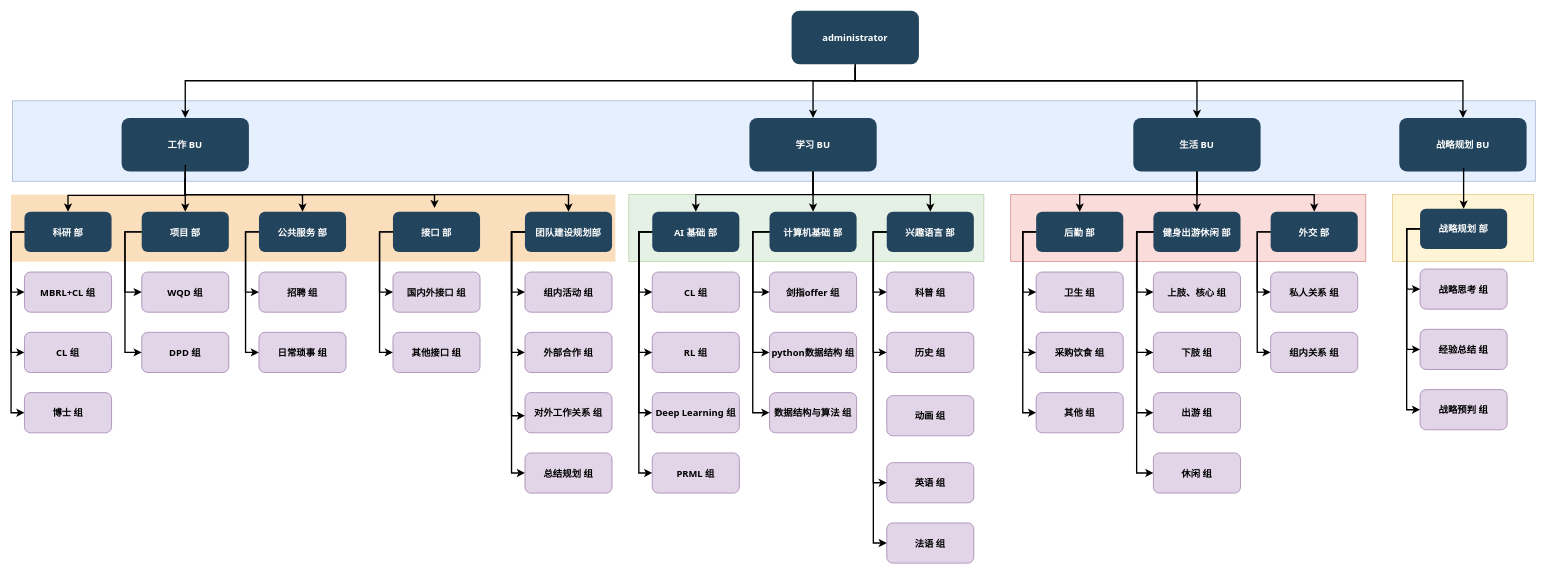
The draw.io diagram department_structure.drawio in Newsteinwell/Drawio, before the edit. Source tidied: cells renumbered, new cells numbered last; positions are measured from the earlier drawing's top-left corner, leaving out a move shared by most shapes. Both pictures are drawn from the tidied source at 67%, with x=0, y=0 at pixel (11, 11).
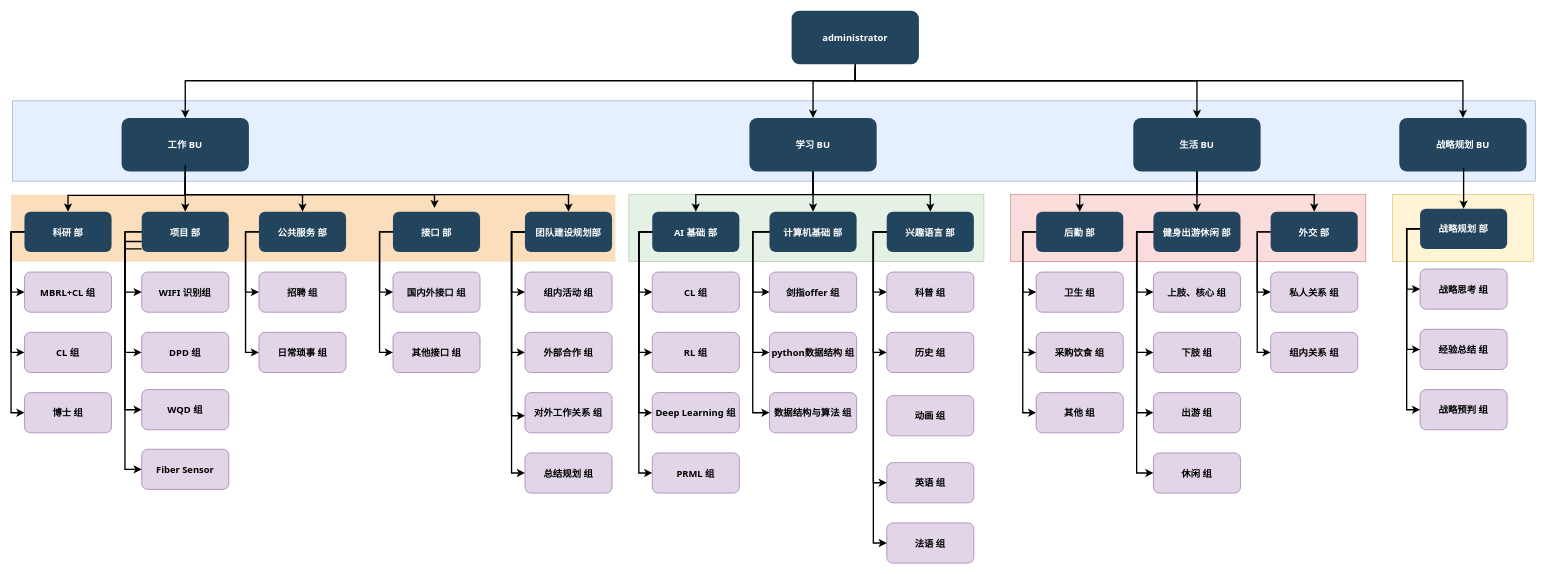
Above is the later version.

Diff of the diagram source:
```diff
@@
-    <mxCell id="65" value="WQD 组" style="rounded=1;fillColor=#e1d5e7;strokeColor=#9673a6;fontStyle=1;fontFamily=Tahoma;fontSize=14;" parent="1" vertex="1">
+    <mxCell id="65" value="WIFI 识别组" style="rounded=1;fillColor=#e1d5e7;strokeColor=#9673a6;fontStyle=1;fontFamily=Tahoma;fontSize=14;" parent="1" vertex="1">
       <mxGeometry x="195" y="389.5" width="130" height="60" as="geometry" />
     </mxCell>
@@
+    <mxCell id="113" value="WQD 组" style="rounded=1;fillColor=#e1d5e7;strokeColor=#9673a6;fontStyle=1;fontFamily=Tahoma;fontSize=14;" parent="1" vertex="1">
+      <mxGeometry x="195" y="565" width="130" height="60" as="geometry" />
+    </mxCell>
+    <mxCell id="114" style="edgeStyle=elbowEdgeStyle;elbow=horizontal;strokeWidth=2;rounded=0;entryX=0;entryY=0.5;entryDx=0;entryDy=0;" parent="1" edge="1" target="113">
+      <mxGeometry x="-315" y="180" as="geometry">
+        <mxPoint x="195" y="344" as="sourcePoint" />
+        <Array as="points">
+          <mxPoint x="170" y="434" />
+        </Array>
+      </mxGeometry>
+    </mxCell>
+    <mxCell id="115" value="Fiber Sensor" style="rounded=1;fillColor=#e1d5e7;strokeColor=#9673a6;fontStyle=1;fontFamily=Tahoma;fontSize=14;" parent="1" vertex="1">
+      <mxGeometry x="195" y="654" width="130" height="60" as="geometry" />
+    </mxCell>
+    <mxCell id="116" style="edgeStyle=elbowEdgeStyle;elbow=horizontal;strokeWidth=2;rounded=0;entryX=0;entryY=0.5;entryDx=0;entryDy=0;" parent="1" edge="1" target="115">
+      <mxGeometry x="-315" y="191" as="geometry">
+        <mxPoint x="195" y="355" as="sourcePoint" />
+        <Array as="points">
+          <mxPoint x="170" y="445" />
+        </Array>
+      </mxGeometry>
+    </mxCell>
```
